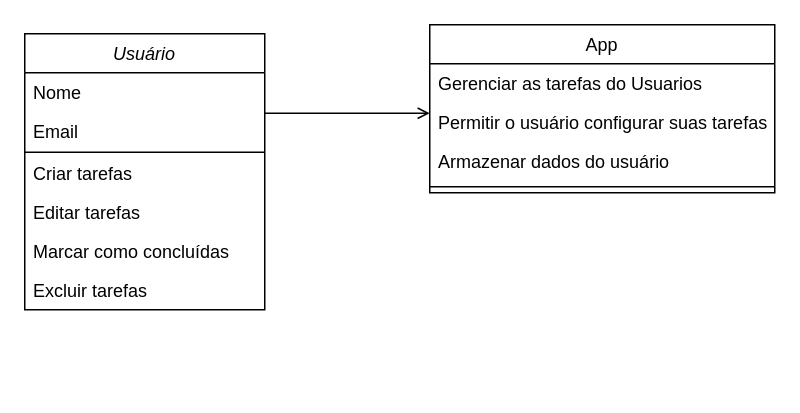
Before: Diagrama sem nome.drawio in Lotharzin/Sistema-de-gerenciamento-de-tarefas, a draw.io diagram. Source tidied: cells renumbered, new cells numbered last; positions are measured from the earlier drawing's top-left corner, leaving out a move shared by most shapes. Both pictures are drawn from the tidied source at 150%, with x=0, y=0 at pixel (24, 24).
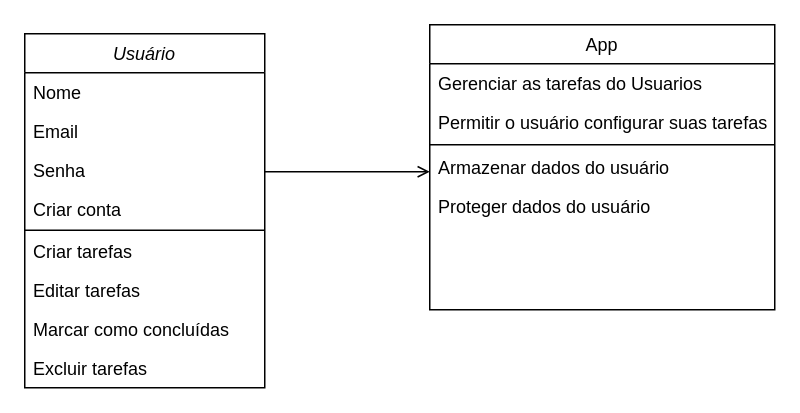
The same page after the edit.

Commit message:
Diagrama de classe gg ez

Diff of the diagram source:
```diff
@@
 <mxGraphModel>
   <root>
     <mxCell id="0" />
     <mxCell id="1" parent="0" />
     <mxCell id="2" value="Usuário" style="swimlane;fontStyle=2;align=center;verticalAlign=top;horizontal=1;startSize=26;rounded=0;shadow=0;strokeWidth=1;" parent="1" vertex="1">
-      <mxGeometry y="6" width="160" height="184" as="geometry" />
+      <mxGeometry y="6" width="160" height="236" as="geometry" />
     </mxCell>
     <mxCell id="3" value="Nome" style="text;align=left;verticalAlign=top;spacingLeft=4;spacingRight=4;overflow=hidden;" parent="2" vertex="1">
       <mxGeometry y="26" width="160" height="26" as="geometry" />
     </mxCell>
     <mxCell id="4" value="Email" style="text;align=left;verticalAlign=top;spacingLeft=4;spacingRight=4;overflow=hidden;rounded=0;shadow=0;html=0;" parent="2" vertex="1">
       <mxGeometry y="52" width="160" height="26" as="geometry" />
     </mxCell>
+    <mxCell id="16" value="Senha" style="text;align=left;verticalAlign=top;spacingLeft=4;spacingRight=4;overflow=hidden;rounded=0;shadow=0;html=0;" parent="2" vertex="1">
+      <mxGeometry y="78" width="160" height="26" as="geometry" />
+    </mxCell>
+    <mxCell id="17" value="Criar conta" style="text;align=left;verticalAlign=top;spacingLeft=4;spacingRight=4;overflow=hidden;rounded=0;shadow=0;html=0;" parent="2" vertex="1">
+      <mxGeometry y="104" width="160" height="26" as="geometry" />
+    </mxCell>
     <mxCell id="5" style="line;html=1;strokeWidth=1;align=left;verticalAlign=middle;spacingTop=-1;spacingLeft=3;spacingRight=3;labelPosition=right;" parent="2" vertex="1">
-      <mxGeometry y="78" width="160" height="2" as="geometry" />
+      <mxGeometry y="130" width="160" height="2" as="geometry" />
     </mxCell>
     <mxCell id="6" value="Criar tarefas" style="text;align=left;verticalAlign=top;spacingLeft=4;spacingRight=4;overflow=hidden;rounded=0;shadow=0;html=0;" parent="2" vertex="1">
-      <mxGeometry y="80" width="160" height="26" as="geometry" />
+      <mxGeometry y="132" width="160" height="26" as="geometry" />
     </mxCell>
     <mxCell id="7" value="Editar tarefas" style="text;align=left;verticalAlign=top;spacingLeft=4;spacingRight=4;overflow=hidden;rounded=0;shadow=0;html=0;" parent="2" vertex="1">
-      <mxGeometry y="106" width="160" height="26" as="geometry" />
+      <mxGeometry y="158" width="160" height="26" as="geometry" />
     </mxCell>
     <mxCell id="8" value="Marcar como concluídas" style="text;align=left;verticalAlign=top;spacingLeft=4;spacingRight=4;overflow=hidden;rounded=0;shadow=0;html=0;" parent="2" vertex="1">
-      <mxGeometry y="132" width="160" height="26" as="geometry" />
+      <mxGeometry y="184" width="160" height="26" as="geometry" />
     </mxCell>
     <mxCell id="9" value="Excluir tarefas" style="text;align=left;verticalAlign=top;spacingLeft=4;spacingRight=4;overflow=hidden;rounded=0;shadow=0;html=0;" parent="2" vertex="1">
-      <mxGeometry y="158" width="160" height="26" as="geometry" />
+      <mxGeometry y="210" width="160" height="26" as="geometry" />
     </mxCell>
     <mxCell id="10" value="App" style="swimlane;fontStyle=0;align=center;verticalAlign=top;horizontal=1;startSize=26;rounded=0;shadow=0;strokeWidth=1;" parent="1" vertex="1">
-      <mxGeometry x="270" width="230" height="112" as="geometry" />
+      <mxGeometry x="270" width="230" height="190" as="geometry" />
     </mxCell>
     <mxCell id="11" value="Gerenciar as tarefas do Usuarios" style="text;align=left;verticalAlign=top;spacingLeft=4;spacingRight=4;overflow=hidden;rounded=0;shadow=0;html=0;" parent="10" vertex="1">
       <mxGeometry y="26" width="230" height="26" as="geometry" />
     </mxCell>
     <mxCell id="12" value="Permitir o usuário configurar suas tarefas" style="text;align=left;verticalAlign=top;spacingLeft=4;spacingRight=4;overflow=hidden;rounded=0;shadow=0;html=0;" parent="10" vertex="1">
       <mxGeometry y="52" width="230" height="26" as="geometry" />
     </mxCell>
+    <mxCell id="14" style="line;html=1;strokeWidth=1;align=left;verticalAlign=middle;spacingTop=-1;spacingLeft=3;spacingRight=3;labelPosition=right;" parent="10" vertex="1">
+      <mxGeometry y="78" width="230" height="4" as="geometry" />
+    </mxCell>
     <mxCell id="13" value="Armazenar dados do usuário" style="text;align=left;verticalAlign=top;spacingLeft=4;spacingRight=4;overflow=hidden;rounded=0;shadow=0;html=0;" parent="10" vertex="1">
-      <mxGeometry y="78" width="230" height="26" as="geometry" />
+      <mxGeometry y="82" width="230" height="26" as="geometry" />
     </mxCell>
-    <mxCell id="14" style="line;html=1;strokeWidth=1;align=left;verticalAlign=middle;spacingTop=-1;spacingLeft=3;spacingRight=3;labelPosition=right;" parent="10" vertex="1">
-      <mxGeometry y="104" width="230" height="8" as="geometry" />
-    </mxCell>
+    <mxCell id="18" value="Proteger dados do usuário" style="text;align=left;verticalAlign=top;spacingLeft=4;spacingRight=4;overflow=hidden;rounded=0;shadow=0;html=0;" parent="10" vertex="1">
+      <mxGeometry y="108" width="230" height="26" as="geometry" />
+    </mxCell>
     <mxCell id="15" style="endArrow=open;shadow=0;strokeWidth=1;rounded=0;curved=0;endFill=1;edgeStyle=elbowEdgeStyle;elbow=vertical;" parent="1" edge="1" source="2" target="10">
       <mxGeometry x="0.5" y="41" relative="1" as="geometry">
         <mxPoint x="-40" y="32" as="offset" />
       </mxGeometry>
     </mxCell>
   </root>
 </mxGraphModel>
```
